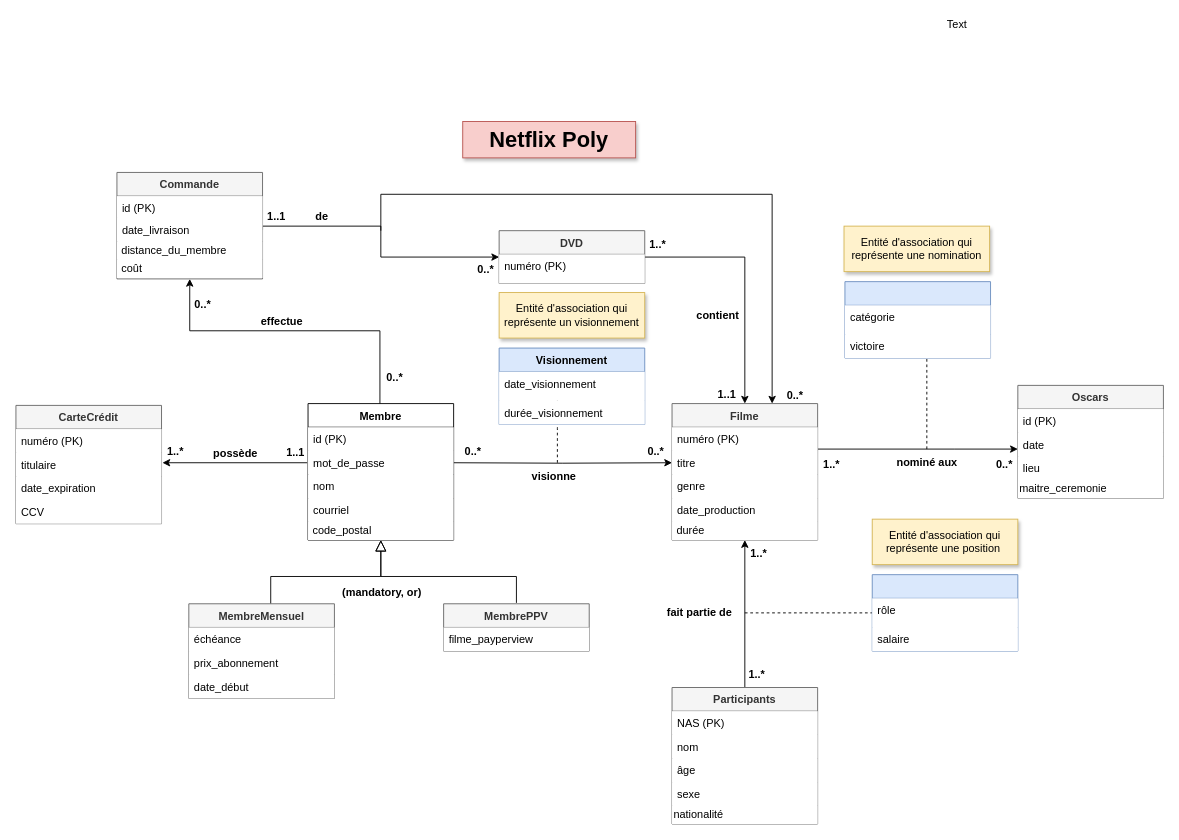
The draw.io diagram Conception/Diagram.drawio in StrixSC/uni, before the edit. Source tidied: cells renumbered, new cells numbered last; positions are measured from the earlier drawing's top-left corner, leaving out a move shared by most shapes. Both pictures are drawn from the tidied source at 91%, with x=0, y=0 at pixel (15, 15).
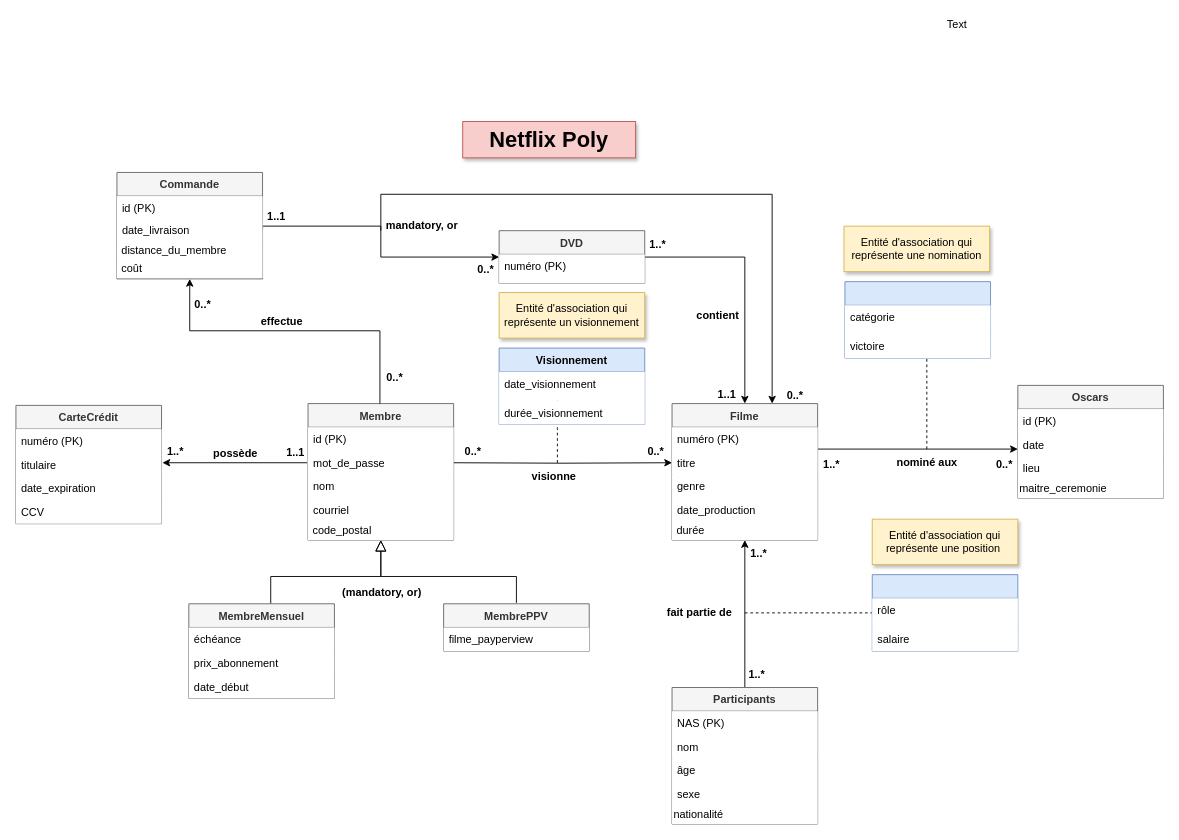
Above is the later version.

The edit, as a diff of the source:
```diff
@@
-    <mxCell id="32" value="Membre" style="swimlane;fontStyle=1;align=center;verticalAlign=top;horizontal=1;startSize=26;rounded=0;shadow=0;strokeWidth=1;fillColor=#ffffff;" parent="1" vertex="1">
+    <mxCell id="32" value="Membre" style="swimlane;fontStyle=1;align=center;verticalAlign=top;horizontal=1;startSize=26;rounded=0;shadow=0;strokeWidth=1;fillColor=#f5f5f5;strokeColor=#666666;fontColor=#333333;" parent="1" vertex="1">
       <mxGeometry x="321" y="426" width="160" height="150" as="geometry" />
     </mxCell>
@@
-    <mxCell id="91" value="de" style="text;html=1;align=center;verticalAlign=middle;fontStyle=1;" parent="1" vertex="1">
-      <mxGeometry x="321" y="211" width="30" height="20" as="geometry" />
+    <mxCell id="91" value="mandatory, or" style="text;html=1;align=center;verticalAlign=middle;fontStyle=1;" parent="1" vertex="1">
+      <mxGeometry x="401" y="220.5" width="90" height="20" as="geometry" />
     </mxCell>
```
